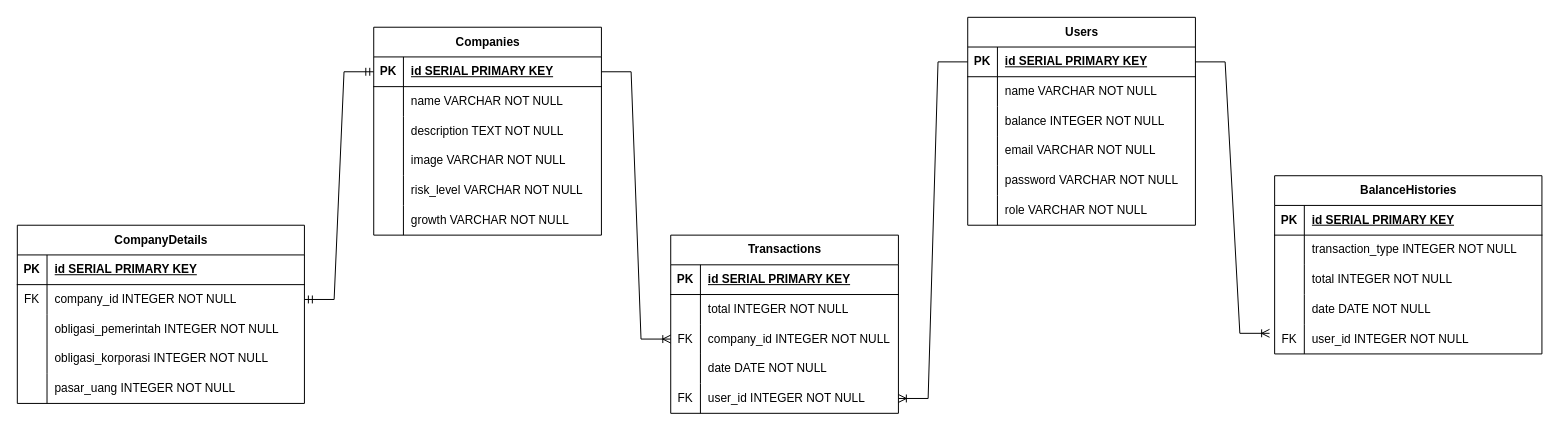
The draw.io diagram hackvestasi.drawio in gemakusuma/hackvestasi-orm, before the edit. Source tidied: cells renumbered, new cells numbered last; positions are measured from the earlier drawing's top-left corner, leaving out a move shared by most shapes. Both pictures are drawn from the tidied source at 99%, with x=0, y=0 at pixel (17, 17).
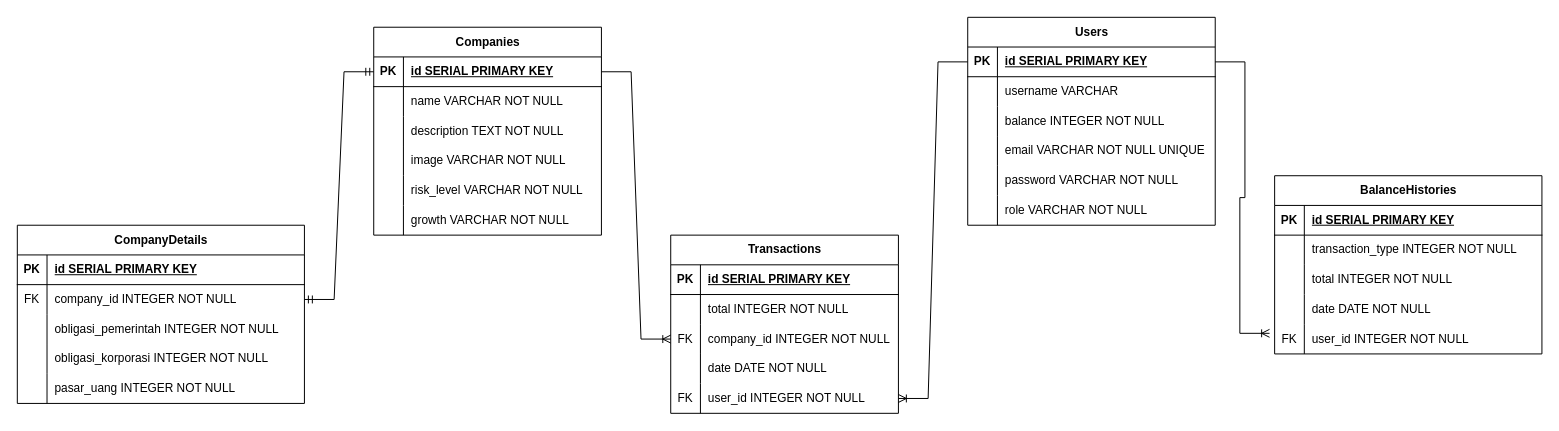
The same page after the edit.

The edit, as a diff of the source:
```diff
@@
     <mxCell id="21" value="Users" style="shape=table;startSize=30;childLayout=tableLayout;rowLines=0;fontStyle=1;align=center;html=1;" parent="1" vertex="1">
-      <mxGeometry x="960" width="230" height="210" as="geometry" />
+      <mxGeometry x="960" width="250" height="210" as="geometry" />
     </mxCell>
     <mxCell id="22" style="shape=tableRow;horizontal=0;startSize=0;swimlaneHead=0;swimlaneBody=0;fillColor=none;points=[[0,0.5],[1,0.5]];portConstraint=eastwest;top=0;left=0;right=0;bottom=1;" parent="21" vertex="1">
-      <mxGeometry y="30" width="230" height="30" as="geometry" />
+      <mxGeometry y="30" width="250" height="30" as="geometry" />
     </mxCell>
@@
     <mxCell id="24" value="id SERIAL PRIMARY KEY" style="shape=partialRectangle;fillColor=none;top=0;left=0;bottom=0;right=0;align=left;spacingLeft=6;fontStyle=5;overflow=hidden;whiteSpace=wrap;html=1;" parent="22" vertex="1">
-      <mxGeometry x="30" width="200" height="30" as="geometry" />
+      <mxGeometry x="30" width="220" height="30" as="geometry" />
     </mxCell>
     <mxCell id="25" style="shape=tableRow;horizontal=0;startSize=0;swimlaneHead=0;swimlaneBody=0;fillColor=none;top=0;left=0;right=0;bottom=0;" parent="21" vertex="1">
-      <mxGeometry y="60" width="230" height="30" as="geometry" />
+      <mxGeometry y="60" width="250" height="30" as="geometry" />
     </mxCell>
@@
-    <mxCell id="27" value="name VARCHAR NOT NULL" style="shape=partialRectangle;fillColor=none;top=0;left=0;bottom=0;right=0;align=left;spacingLeft=6;overflow=hidden;whiteSpace=wrap;html=1;" parent="25" vertex="1">
-      <mxGeometry x="30" width="200" height="30" as="geometry" />
+    <mxCell id="27" value="username VARCHAR&amp;nbsp;" style="shape=partialRectangle;fillColor=none;top=0;left=0;bottom=0;right=0;align=left;spacingLeft=6;overflow=hidden;whiteSpace=wrap;html=1;" parent="25" vertex="1">
+      <mxGeometry x="30" width="220" height="30" as="geometry" />
     </mxCell>
     <mxCell id="28" style="shape=tableRow;horizontal=0;startSize=0;swimlaneHead=0;swimlaneBody=0;fillColor=none;top=0;left=0;right=0;bottom=0;" parent="21" vertex="1">
-      <mxGeometry y="90" width="230" height="30" as="geometry" />
+      <mxGeometry y="90" width="250" height="30" as="geometry" />
     </mxCell>
@@
     <mxCell id="30" value="balance INTEGER NOT NULL" style="shape=partialRectangle;fillColor=none;top=0;left=0;bottom=0;right=0;align=left;spacingLeft=6;overflow=hidden;whiteSpace=wrap;html=1;" parent="28" vertex="1">
-      <mxGeometry x="30" width="200" height="30" as="geometry" />
+      <mxGeometry x="30" width="220" height="30" as="geometry" />
     </mxCell>
     <mxCell id="31" style="shape=tableRow;horizontal=0;startSize=0;swimlaneHead=0;swimlaneBody=0;fillColor=none;top=0;left=0;right=0;bottom=0;" parent="21" vertex="1">
-      <mxGeometry y="120" width="230" height="30" as="geometry" />
+      <mxGeometry y="120" width="250" height="30" as="geometry" />
     </mxCell>
@@
-    <mxCell id="33" value="email VARCHAR NOT NULL" style="shape=partialRectangle;fillColor=none;top=0;left=0;bottom=0;right=0;align=left;spacingLeft=6;overflow=hidden;whiteSpace=wrap;html=1;" parent="31" vertex="1">
-      <mxGeometry x="30" width="200" height="30" as="geometry" />
+    <mxCell id="33" value="email VARCHAR NOT NULL UNIQUE" style="shape=partialRectangle;fillColor=none;top=0;left=0;bottom=0;right=0;align=left;spacingLeft=6;overflow=hidden;whiteSpace=wrap;html=1;" parent="31" vertex="1">
+      <mxGeometry x="30" width="220" height="30" as="geometry" />
     </mxCell>
     <mxCell id="34" style="shape=tableRow;horizontal=0;startSize=0;swimlaneHead=0;swimlaneBody=0;fillColor=none;top=0;left=0;right=0;bottom=0;" parent="21" vertex="1">
-      <mxGeometry y="150" width="230" height="30" as="geometry" />
+      <mxGeometry y="150" width="250" height="30" as="geometry" />
     </mxCell>
@@
     <mxCell id="36" value="password VARCHAR NOT NULL" style="shape=partialRectangle;fillColor=none;top=0;left=0;bottom=0;right=0;align=left;spacingLeft=6;overflow=hidden;whiteSpace=wrap;html=1;" parent="34" vertex="1">
-      <mxGeometry x="30" width="200" height="30" as="geometry" />
+      <mxGeometry x="30" width="220" height="30" as="geometry" />
     </mxCell>
     <mxCell id="37" style="shape=tableRow;horizontal=0;startSize=0;swimlaneHead=0;swimlaneBody=0;fillColor=none;top=0;left=0;right=0;bottom=0;" parent="21" vertex="1">
-      <mxGeometry y="180" width="230" height="30" as="geometry" />
+      <mxGeometry y="180" width="250" height="30" as="geometry" />
     </mxCell>
@@
     <mxCell id="39" value="role VARCHAR NOT NULL" style="shape=partialRectangle;fillColor=none;top=0;left=0;bottom=0;right=0;align=left;spacingLeft=6;overflow=hidden;whiteSpace=wrap;html=1;" parent="37" vertex="1">
-      <mxGeometry x="30" width="200" height="30" as="geometry" />
+      <mxGeometry x="30" width="220" height="30" as="geometry" />
     </mxCell>
```
